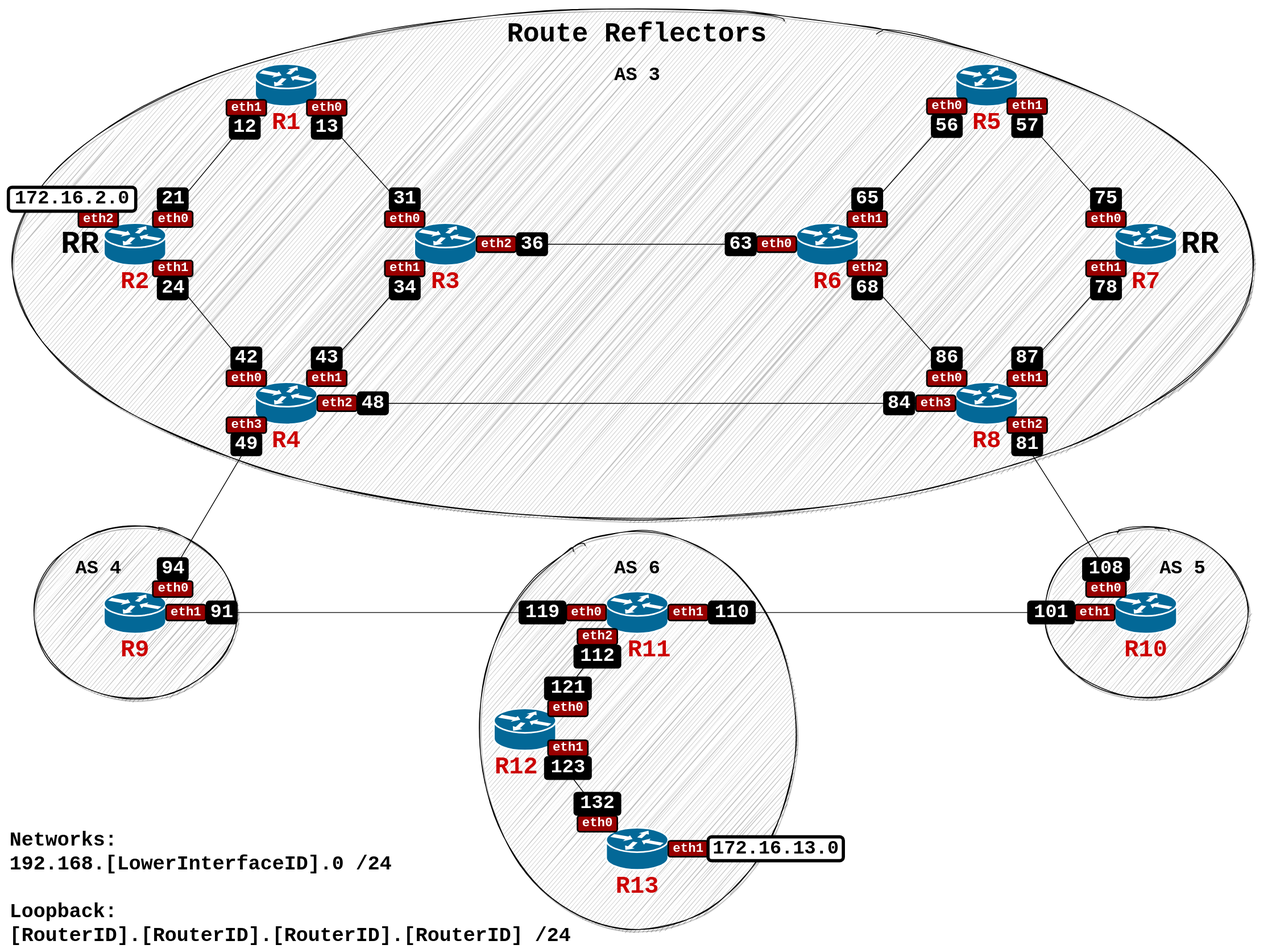
The draw.io diagram Route_Reflectors.svg in kkurczab/BGP-Route-Reflectors-and-Confederations-Kathara, before a commit. Source tidied: cells renumbered, new cells last; positions are measured from the earlier drawing's top-left corner, leaving out a move shared by most shapes.
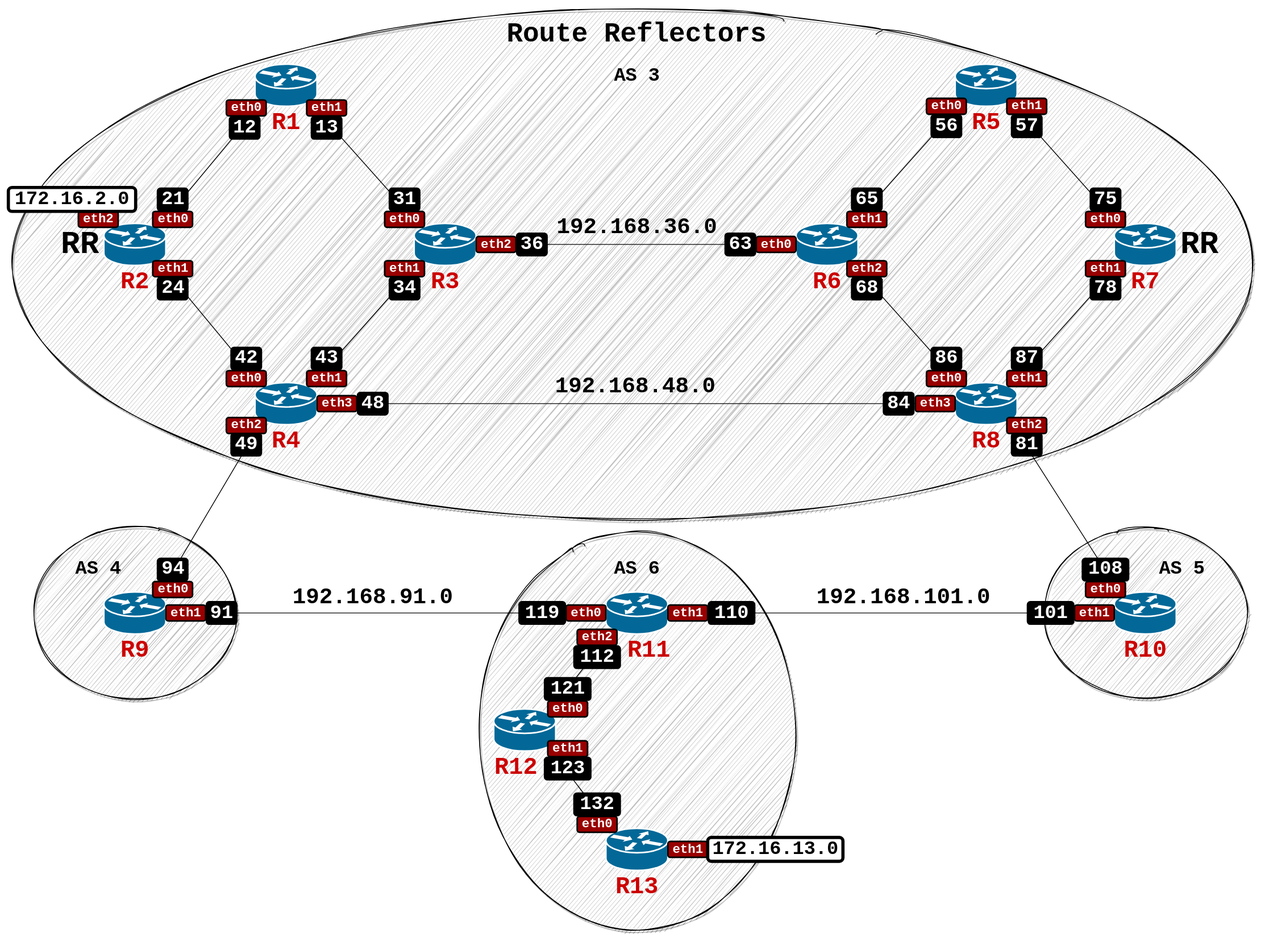
Later version of the same file.

What changed in the source:
```diff
@@ -104,9 +104,6 @@
     <mxCell id="35" style="endArrow=none;html=1;fontSize=34;strokeColor=default;entryX=1;entryY=0.5;entryDx=0;entryDy=0;entryPerimeter=0;exitX=0;exitY=0.5;exitDx=0;exitDy=0;exitPerimeter=0;fontStyle=1;fontFamily=Courier New;startArrow=none;" parent="1" edge="1" source="64" target="13">
       <mxGeometry relative="1" as="geometry" />
     </mxCell>
-    <mxCell id="36" value="&lt;p style=&quot;margin: 0px; text-indent: 0px; font-size: 25px;&quot;&gt;Networks:&lt;/p&gt;&lt;p style=&quot;margin: 0px; text-indent: 0px; font-size: 25px;&quot;&gt;&lt;span style=&quot;font-size: 25px;&quot;&gt;192.168.[LowerInterfaceID].0 /24&lt;/span&gt;&lt;/p&gt;&lt;p style=&quot;margin: 0px; text-indent: 0px; font-size: 25px;&quot;&gt;&lt;br style=&quot;font-size: 25px;&quot;&gt;Loopback:&lt;/p&gt;&lt;p style=&quot;margin: 0px; text-indent: 0px; font-size: 25px;&quot;&gt;[RouterID].[RouterID].[RouterID].[RouterID] /24&lt;/p&gt;" style="text;whiteSpace=wrap;html=1;fontSize=25;fontFamily=Courier New;fontStyle=1;" parent="1" vertex="1">
-      <mxGeometry x="10" y="1034.5" width="722" height="157" as="geometry" />
-    </mxCell>
     <mxCell id="37" value="AS 3" style="text;html=1;align=center;verticalAlign=middle;strokeColor=none;fillColor=none;fontSize=24;fontFamily=Courier New;fontStyle=1;" parent="1" vertex="1">
       <mxGeometry x="765" y="80" width="70" height="30" as="geometry" />
     </mxCell>
@@ -158,10 +155,10 @@
     <mxCell id="53" value="&lt;span&gt;&lt;font color=&quot;#cc0000&quot;&gt;R13&lt;/font&gt;&lt;/span&gt;" style="text;html=1;align=center;verticalAlign=middle;strokeColor=none;fillColor=none;fontSize=30;fontFamily=Courier New;fontStyle=1;" parent="1" vertex="1">
       <mxGeometry x="765" y="1093" width="70" height="40" as="geometry" />
     </mxCell>
-    <mxCell id="54" value="eth1" style="text;align=center;verticalAlign=middle;strokeColor=default;fillColor=#990000;labelBackgroundColor=none;labelBorderColor=none;fontFamily=Courier New;fontColor=#ffffff;rounded=1;fontStyle=1;fontSize=16;glass=0;shadow=0;sketch=0;strokeWidth=2;gradientColor=none;html=1;" parent="1" vertex="1">
+    <mxCell id="54" value="eth0" style="text;align=center;verticalAlign=middle;strokeColor=default;fillColor=#990000;labelBackgroundColor=none;labelBorderColor=none;fontFamily=Courier New;fontColor=#ffffff;rounded=1;fontStyle=1;fontSize=16;glass=0;shadow=0;sketch=0;strokeWidth=2;gradientColor=none;html=1;" parent="1" vertex="1">
       <mxGeometry x="284" y="125" width="50" height="20" as="geometry" />
     </mxCell>
-    <mxCell id="55" value="eth0" style="text;align=center;verticalAlign=middle;strokeColor=default;fillColor=#990000;labelBackgroundColor=none;labelBorderColor=none;fontFamily=Courier New;fontColor=#ffffff;rounded=1;fontStyle=1;fontSize=16;glass=0;shadow=0;sketch=0;strokeWidth=2;gradientColor=none;html=1;" parent="1" vertex="1">
+    <mxCell id="55" value="eth1" style="text;align=center;verticalAlign=middle;strokeColor=default;fillColor=#990000;labelBackgroundColor=none;labelBorderColor=none;fontFamily=Courier New;fontColor=#ffffff;rounded=1;fontStyle=1;fontSize=16;glass=0;shadow=0;sketch=0;strokeWidth=2;gradientColor=none;html=1;" parent="1" vertex="1">
       <mxGeometry x="385" y="125" width="50" height="20" as="geometry" />
     </mxCell>
     <mxCell id="56" value="eth1" style="text;align=center;verticalAlign=middle;strokeColor=default;fillColor=#990000;labelBackgroundColor=none;labelBorderColor=none;fontFamily=Courier New;fontColor=#ffffff;rounded=1;fontStyle=1;fontSize=16;glass=0;shadow=0;sketch=0;strokeWidth=2;gradientColor=none;html=1;" parent="1" vertex="1">
@@ -188,13 +185,13 @@
     <mxCell id="63" value="eth1" style="text;align=center;verticalAlign=middle;strokeColor=default;fillColor=#990000;labelBackgroundColor=none;labelBorderColor=none;fontFamily=Courier New;fontColor=#ffffff;rounded=1;fontStyle=1;fontSize=16;glass=0;shadow=0;sketch=0;strokeWidth=2;gradientColor=none;html=1;" parent="1" vertex="1">
       <mxGeometry x="385" y="465" width="50" height="20" as="geometry" />
     </mxCell>
-    <mxCell id="64" value="eth2" style="text;align=center;verticalAlign=middle;points=[];strokeColor=default;fillColor=#990000;labelBackgroundColor=none;labelBorderColor=none;fontFamily=Courier New;fontColor=#ffffff;rounded=1;fontStyle=1;fontSize=16;glass=0;shadow=0;sketch=0;strokeWidth=2;gradientColor=none;html=1;" parent="1" vertex="1">
+    <mxCell id="64" value="eth3" style="text;align=center;verticalAlign=middle;points=[];strokeColor=default;fillColor=#990000;labelBackgroundColor=none;labelBorderColor=none;fontFamily=Courier New;fontColor=#ffffff;rounded=1;fontStyle=1;fontSize=16;glass=0;shadow=0;sketch=0;strokeWidth=2;gradientColor=none;html=1;" parent="1" vertex="1">
       <mxGeometry x="398" y="496.5" width="50" height="20" as="geometry" />
     </mxCell>
     <mxCell id="65" style="endArrow=none;html=1;fontSize=34;strokeColor=default;entryX=1;entryY=0.5;entryDx=0;entryDy=0;entryPerimeter=0;exitX=0;exitY=0.5;exitDx=0;exitDy=0;exitPerimeter=0;fontStyle=1;fontFamily=Courier New;" parent="1" edge="1" source="12" target="64">
       <mxGeometry relative="1" as="geometry" />
     </mxCell>
-    <mxCell id="66" value="eth3" style="text;align=center;verticalAlign=middle;strokeColor=default;fillColor=#990000;labelBackgroundColor=none;labelBorderColor=none;fontFamily=Courier New;fontColor=#ffffff;rounded=1;fontStyle=1;fontSize=16;glass=0;shadow=0;sketch=0;strokeWidth=2;gradientColor=none;html=1;" parent="1" vertex="1">
+    <mxCell id="66" value="eth2" style="text;align=center;verticalAlign=middle;strokeColor=default;fillColor=#990000;labelBackgroundColor=none;labelBorderColor=none;fontFamily=Courier New;fontColor=#ffffff;rounded=1;fontStyle=1;fontSize=16;glass=0;shadow=0;sketch=0;strokeWidth=2;gradientColor=none;html=1;" parent="1" vertex="1">
       <mxGeometry x="284" y="524" width="50" height="20" as="geometry" />
     </mxCell>
     <mxCell id="67" value="eth1" style="text;align=center;verticalAlign=middle;strokeColor=default;fillColor=#990000;labelBackgroundColor=none;labelBorderColor=none;fontFamily=Courier New;fontColor=#ffffff;rounded=1;fontStyle=1;fontSize=16;glass=0;shadow=0;sketch=0;strokeWidth=2;gradientColor=none;html=1;" parent="1" vertex="1">
@@ -377,5 +374,17 @@
     <mxCell id="126" value="&lt;font style=&quot;font-size: 40px&quot;&gt;RR&lt;/font&gt;" style="text;html=1;align=center;verticalAlign=middle;fontSize=24;fontFamily=Courier New;labelBorderColor=none;fillColor=none;labelBackgroundColor=none;fontColor=#000000;gradientDirection=west;rounded=1;shadow=0;sketch=0;glass=0;fixDash=0;fontStyle=1;" parent="1" vertex="1">
       <mxGeometry x="1477" y="286.5" width="60" height="40" as="geometry" />
     </mxCell>
+    <mxCell id="127" value="&lt;font style=&quot;font-size: 28px&quot;&gt;192.168.36.0&lt;/font&gt;" style="text;html=1;align=center;verticalAlign=middle;strokeColor=none;fillColor=none;fontSize=24;fontFamily=Courier New;fontStyle=1;" parent="1" vertex="1">
+      <mxGeometry x="690" y="265" width="220" height="40" as="geometry" />
+    </mxCell>
+    <mxCell id="128" value="&lt;font style=&quot;font-size: 28px&quot;&gt;192.168.48.0&lt;/font&gt;" style="text;html=1;align=center;verticalAlign=middle;strokeColor=none;fillColor=none;fontSize=24;fontFamily=Courier New;fontStyle=1;" parent="1" vertex="1">
+      <mxGeometry x="688" y="465" width="220" height="40" as="geometry" />
+    </mxCell>
+    <mxCell id="129" value="&lt;font style=&quot;font-size: 28px&quot;&gt;192.168.91.0&lt;/font&gt;" style="text;html=1;align=center;verticalAlign=middle;strokeColor=none;fillColor=none;fontSize=24;fontFamily=Courier New;fontStyle=1;" parent="1" vertex="1">
+      <mxGeometry x="358" y="730" width="220" height="40" as="geometry" />
+    </mxCell>
+    <mxCell id="130" value="&lt;font style=&quot;font-size: 28px&quot;&gt;192.168.101.0&lt;/font&gt;" style="text;html=1;align=center;verticalAlign=middle;strokeColor=none;fillColor=none;fontSize=24;fontFamily=Courier New;fontStyle=1;" parent="1" vertex="1">
+      <mxGeometry x="1020" y="730" width="230" height="40" as="geometry" />
+    </mxCell>
   </root>
 </mxGraphModel>
```
